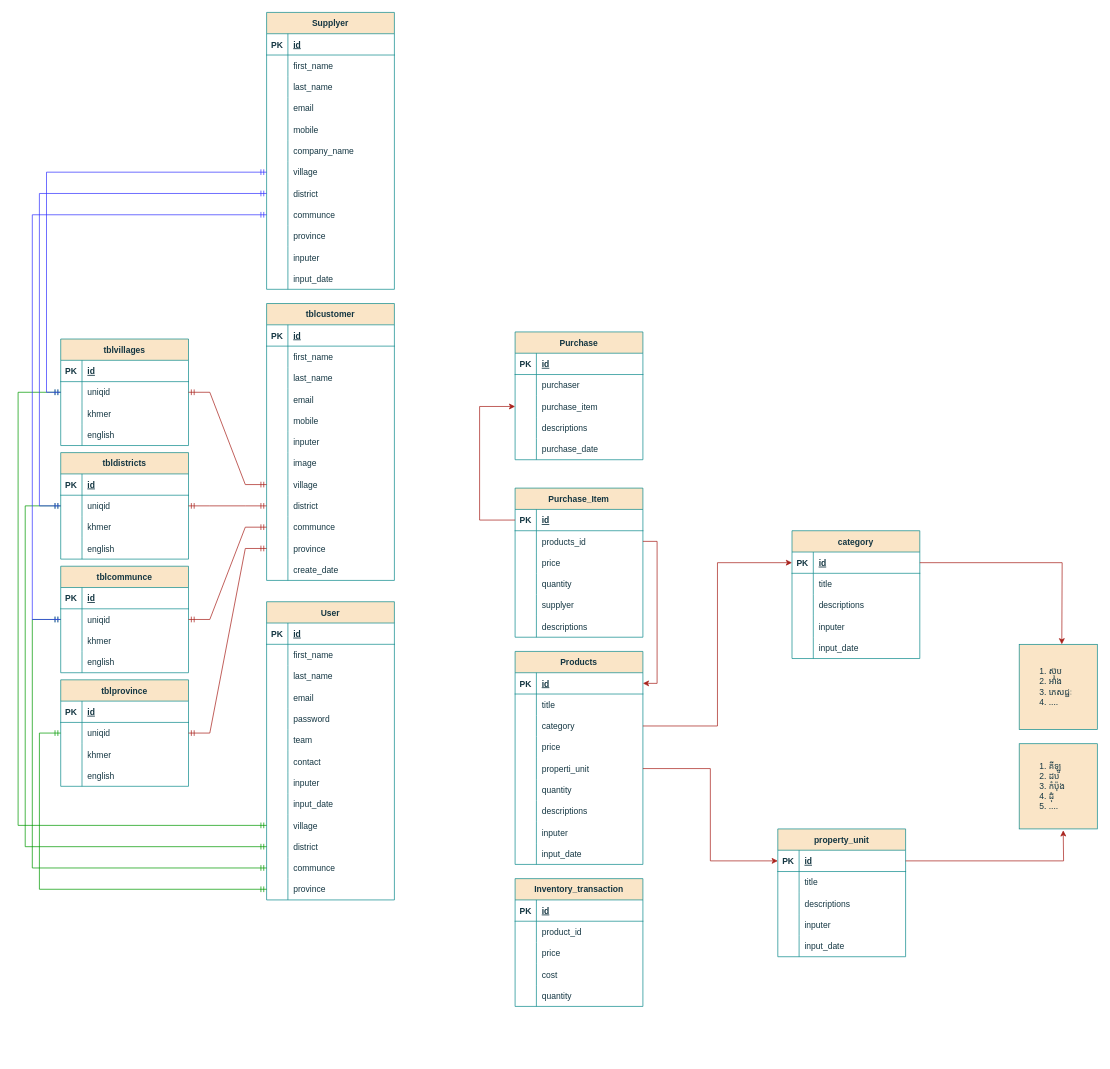
Above: restaurants_online.drawio in Vechet-khem/restaurants_online (draw.io), before the change. Source tidied: cells renumbered, new cells numbered last; positions are measured from the earlier drawing's top-left corner, leaving out a move shared by most shapes. Both pictures are drawn from the tidied source at 71%, with x=0, y=0 at pixel (18, 12).
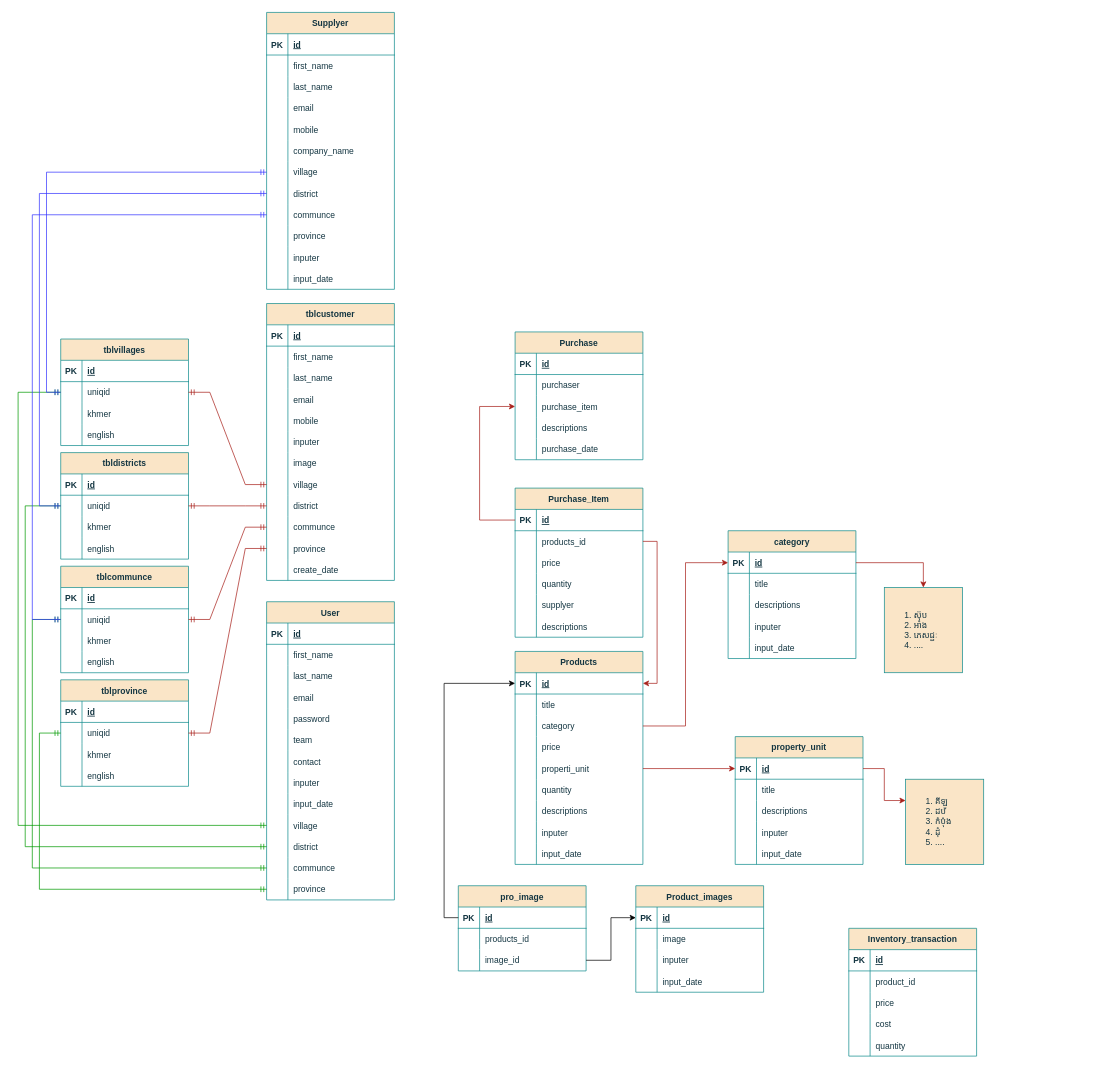
The same diagram, later.

The change refers to these unchanged cells:
```xml
<mxCell id="3" style="shape=tableRow;horizontal=0;startSize=0;swimlaneHead=0;swimlaneBody=0;fillColor=none;points=[[0,0.5],[1,0.5]];portConstraint=eastwest;top=0;left=0;right=0;bottom=1;labelBackgroundColor=none;strokeColor=#0F8B8D;fontColor=#143642;" parent="2" vertex="1">
  <mxGeometry y="30" width="180" height="30" as="geometry" />
</mxCell>
<mxCell id="31" style="shape=tableRow;horizontal=0;startSize=0;swimlaneHead=0;swimlaneBody=0;fillColor=none;points=[[0,0.5],[1,0.5]];portConstraint=eastwest;top=0;left=0;right=0;bottom=1;labelBackgroundColor=none;strokeColor=#0F8B8D;fontColor=#143642;" parent="30" vertex="1">
  <mxGeometry y="30" width="180" height="30" as="geometry" />
</mxCell>
<mxCell id="49" style="shape=tableRow;horizontal=0;startSize=0;swimlaneHead=0;swimlaneBody=0;fillColor=none;points=[[0,0.5],[1,0.5]];portConstraint=eastwest;top=0;left=0;right=0;bottom=1;labelBackgroundColor=none;strokeColor=#0F8B8D;fontColor=#143642;" parent="48" vertex="1">
  <mxGeometry y="30" width="180" height="30" as="geometry" />
</mxCell>
```

What changed in the source:
```diff
@@
     <mxCell id="30" value="category" style="shape=table;startSize=30;childLayout=tableLayout;rowLines=0;fontStyle=1;align=center;labelBackgroundColor=none;fillColor=#FAE5C7;strokeColor=#0F8B8D;fontColor=#143642;" parent="1" vertex="1">
-      <mxGeometry x="1090" y="730" width="180" height="180" as="geometry" />
+      <mxGeometry x="1000" y="730" width="180" height="180" as="geometry" />
     </mxCell>
@@
     <mxCell id="47" value="&lt;ol&gt;&lt;li&gt;ស៊ុប&lt;/li&gt;&lt;li&gt;អាំង&lt;/li&gt;&lt;li&gt;ភេសជ្ជៈ&lt;/li&gt;&lt;li&gt;....&lt;/li&gt;&lt;/ol&gt;" style="rounded=0;whiteSpace=wrap;html=1;align=left;labelBackgroundColor=none;fillColor=#FAE5C7;strokeColor=#0F8B8D;fontColor=#143642;" parent="1" vertex="1">
-      <mxGeometry x="1410" y="890" width="110" height="120" as="geometry" />
+      <mxGeometry x="1220" y="810" width="110" height="120" as="geometry" />
     </mxCell>
     <mxCell id="48" value="property_unit" style="shape=table;startSize=30;childLayout=tableLayout;rowLines=0;fontStyle=1;align=center;labelBackgroundColor=none;fillColor=#FAE5C7;strokeColor=#0F8B8D;fontColor=#143642;" parent="1" vertex="1">
-      <mxGeometry x="1070" y="1150" width="180" height="180" as="geometry" />
+      <mxGeometry x="1010" y="1020" width="180" height="180" as="geometry" />
     </mxCell>
@@
     <mxCell id="65" value="&lt;ol&gt;&lt;li&gt;គីឡូ&lt;/li&gt;&lt;li&gt;ដប&lt;/li&gt;&lt;li&gt;កំប៉ុង&lt;/li&gt;&lt;li&gt;ដុំ&lt;/li&gt;&lt;li&gt;....&lt;/li&gt;&lt;/ol&gt;" style="rounded=0;whiteSpace=wrap;html=1;align=left;labelBackgroundColor=none;fillColor=#FAE5C7;strokeColor=#0F8B8D;fontColor=#143642;" parent="1" vertex="1">
-      <mxGeometry x="1410" y="1030" width="110" height="120" as="geometry" />
+      <mxGeometry x="1250" y="1080" width="110" height="120" as="geometry" />
     </mxCell>
-    <mxCell id="66" style="edgeStyle=orthogonalEdgeStyle;rounded=0;jettySize=auto;html=1;exitX=1;exitY=0.5;exitDx=0;exitDy=0;entryX=0.018;entryY=0.183;entryDx=0;entryDy=0;entryPerimeter=0;labelBackgroundColor=none;strokeColor=#A8201A;fontColor=default;" parent="1" edge="1" source="49">
-      <mxGeometry relative="1" as="geometry">
-        <mxPoint x="1472" y="1152" as="targetPoint" />
-      </mxGeometry>
+    <mxCell id="66" style="edgeStyle=orthogonalEdgeStyle;rounded=0;jettySize=auto;html=1;exitX=1;exitY=0.5;exitDx=0;exitDy=0;entryX=0;entryY=0.25;entryDx=0;entryDy=0;labelBackgroundColor=none;strokeColor=#A8201A;fontColor=default;" parent="1" edge="1" source="49" target="65">
+      <mxGeometry relative="1" as="geometry" />
     </mxCell>
-    <mxCell id="67" style="edgeStyle=orthogonalEdgeStyle;rounded=0;jettySize=auto;html=1;exitX=1;exitY=0.5;exitDx=0;exitDy=0;entryX=0;entryY=0.25;entryDx=0;entryDy=0;labelBackgroundColor=none;strokeColor=#A8201A;fontColor=default;" parent="1" edge="1" source="31">
-      <mxGeometry relative="1" as="geometry">
-        <mxPoint x="1470" y="890" as="targetPoint" />
-      </mxGeometry>
+    <mxCell id="67" style="edgeStyle=orthogonalEdgeStyle;rounded=0;jettySize=auto;html=1;exitX=1;exitY=0.5;exitDx=0;exitDy=0;entryX=0.5;entryY=0;entryDx=0;entryDy=0;labelBackgroundColor=none;strokeColor=#A8201A;fontColor=default;" parent="1" edge="1" source="31" target="47">
+      <mxGeometry relative="1" as="geometry" />
     </mxCell>
@@
     <mxCell id="282" value="Inventory_transaction" style="shape=table;startSize=30;childLayout=tableLayout;rowLines=0;fontStyle=1;align=center;labelBackgroundColor=none;fillColor=#FAE5C7;strokeColor=#0F8B8D;fontColor=#143642;" parent="1" vertex="1">
-      <mxGeometry x="700" y="1220" width="180" height="180" as="geometry" />
+      <mxGeometry x="1170" y="1290" width="180" height="180" as="geometry" />
     </mxCell>
@@
+    <mxCell id="298" value="Product_images" style="shape=table;startSize=30;childLayout=tableLayout;rowLines=0;fontStyle=1;align=center;labelBackgroundColor=none;fillColor=#FAE5C7;strokeColor=#0F8B8D;fontColor=#143642;" parent="1" vertex="1">
+      <mxGeometry x="870" y="1230" width="180" height="150" as="geometry" />
+    </mxCell>
+    <mxCell id="299" style="shape=tableRow;horizontal=0;startSize=0;swimlaneHead=0;swimlaneBody=0;fillColor=none;points=[[0,0.5],[1,0.5]];portConstraint=eastwest;top=0;left=0;right=0;bottom=1;labelBackgroundColor=none;strokeColor=#0F8B8D;fontColor=#143642;" parent="298" vertex="1">
+      <mxGeometry y="30" width="180" height="30" as="geometry" />
+    </mxCell>
+    <mxCell id="300" value="PK" style="shape=partialRectangle;fillColor=none;top=0;left=0;bottom=0;right=0;fontStyle=1;overflow=hidden;labelBackgroundColor=none;strokeColor=#0F8B8D;fontColor=#143642;" parent="299" vertex="1">
+      <mxGeometry width="30" height="30" as="geometry" />
+    </mxCell>
+    <mxCell id="301" value="id" style="shape=partialRectangle;fillColor=none;top=0;left=0;bottom=0;right=0;align=left;spacingLeft=6;fontStyle=5;overflow=hidden;labelBackgroundColor=none;strokeColor=#0F8B8D;fontColor=#143642;" parent="299" vertex="1">
+      <mxGeometry x="30" width="150" height="30" as="geometry" />
+    </mxCell>
+    <mxCell id="302" style="shape=tableRow;horizontal=0;startSize=0;swimlaneHead=0;swimlaneBody=0;fillColor=none;top=0;left=0;right=0;bottom=0;labelBackgroundColor=none;strokeColor=#0F8B8D;fontColor=#143642;" parent="298" vertex="1">
+      <mxGeometry y="60" width="180" height="30" as="geometry" />
+    </mxCell>
+    <mxCell id="303" style="shape=partialRectangle;fillColor=none;top=0;left=0;bottom=0;right=0;overflow=hidden;labelBackgroundColor=none;strokeColor=#0F8B8D;fontColor=#143642;" parent="302" vertex="1">
+      <mxGeometry width="30" height="30" as="geometry" />
+    </mxCell>
+    <mxCell id="304" value="image" style="shape=partialRectangle;fillColor=none;top=0;left=0;bottom=0;right=0;align=left;spacingLeft=6;overflow=hidden;labelBackgroundColor=none;strokeColor=#0F8B8D;fontColor=#143642;" parent="302" vertex="1">
+      <mxGeometry x="30" width="150" height="30" as="geometry" />
+    </mxCell>
+    <mxCell id="305" style="shape=tableRow;horizontal=0;startSize=0;swimlaneHead=0;swimlaneBody=0;fillColor=none;top=0;left=0;right=0;bottom=0;labelBackgroundColor=none;strokeColor=#0F8B8D;fontColor=#143642;" parent="298" vertex="1">
+      <mxGeometry y="90" width="180" height="30" as="geometry" />
+    </mxCell>
+    <mxCell id="306" style="shape=partialRectangle;fillColor=none;top=0;left=0;bottom=0;right=0;overflow=hidden;labelBackgroundColor=none;strokeColor=#0F8B8D;fontColor=#143642;" parent="305" vertex="1">
+      <mxGeometry width="30" height="30" as="geometry" />
+    </mxCell>
+    <mxCell id="307" value="inputer" style="shape=partialRectangle;fillColor=none;top=0;left=0;bottom=0;right=0;align=left;spacingLeft=6;overflow=hidden;labelBackgroundColor=none;strokeColor=#0F8B8D;fontColor=#143642;" parent="305" vertex="1">
+      <mxGeometry x="30" width="150" height="30" as="geometry" />
+    </mxCell>
+    <mxCell id="308" style="shape=tableRow;horizontal=0;startSize=0;swimlaneHead=0;swimlaneBody=0;fillColor=none;top=0;left=0;right=0;bottom=0;labelBackgroundColor=none;strokeColor=#0F8B8D;fontColor=#143642;" parent="298" vertex="1">
+      <mxGeometry y="120" width="180" height="30" as="geometry" />
+    </mxCell>
+    <mxCell id="309" style="shape=partialRectangle;fillColor=none;top=0;left=0;bottom=0;right=0;overflow=hidden;labelBackgroundColor=none;strokeColor=#0F8B8D;fontColor=#143642;" parent="308" vertex="1">
+      <mxGeometry width="30" height="30" as="geometry" />
+    </mxCell>
+    <mxCell id="310" value="input_date" style="shape=partialRectangle;fillColor=none;top=0;left=0;bottom=0;right=0;align=left;spacingLeft=6;overflow=hidden;labelBackgroundColor=none;strokeColor=#0F8B8D;fontColor=#143642;" parent="308" vertex="1">
+      <mxGeometry x="30" width="150" height="30" as="geometry" />
+    </mxCell>
+    <mxCell id="311" value="pro_image" style="shape=table;startSize=30;childLayout=tableLayout;rowLines=0;fontStyle=1;align=center;labelBackgroundColor=none;fillColor=#FAE5C7;strokeColor=#0F8B8D;fontColor=#143642;" parent="1" vertex="1">
+      <mxGeometry x="620" y="1230" width="180" height="120" as="geometry" />
+    </mxCell>
+    <mxCell id="312" style="shape=tableRow;horizontal=0;startSize=0;swimlaneHead=0;swimlaneBody=0;fillColor=none;points=[[0,0.5],[1,0.5]];portConstraint=eastwest;top=0;left=0;right=0;bottom=1;labelBackgroundColor=none;strokeColor=#0F8B8D;fontColor=#143642;" parent="311" vertex="1">
+      <mxGeometry y="30" width="180" height="30" as="geometry" />
+    </mxCell>
+    <mxCell id="313" value="PK" style="shape=partialRectangle;fillColor=none;top=0;left=0;bottom=0;right=0;fontStyle=1;overflow=hidden;labelBackgroundColor=none;strokeColor=#0F8B8D;fontColor=#143642;" parent="312" vertex="1">
+      <mxGeometry width="30" height="30" as="geometry" />
+    </mxCell>
+    <mxCell id="314" value="id" style="shape=partialRectangle;fillColor=none;top=0;left=0;bottom=0;right=0;align=left;spacingLeft=6;fontStyle=5;overflow=hidden;labelBackgroundColor=none;strokeColor=#0F8B8D;fontColor=#143642;" parent="312" vertex="1">
+      <mxGeometry x="30" width="150" height="30" as="geometry" />
+    </mxCell>
+    <mxCell id="315" style="shape=tableRow;horizontal=0;startSize=0;swimlaneHead=0;swimlaneBody=0;fillColor=none;top=0;left=0;right=0;bottom=0;labelBackgroundColor=none;strokeColor=#0F8B8D;fontColor=#143642;" parent="311" vertex="1">
+      <mxGeometry y="60" width="180" height="30" as="geometry" />
+    </mxCell>
+    <mxCell id="316" style="shape=partialRectangle;fillColor=none;top=0;left=0;bottom=0;right=0;overflow=hidden;labelBackgroundColor=none;strokeColor=#0F8B8D;fontColor=#143642;" parent="315" vertex="1">
+      <mxGeometry width="30" height="30" as="geometry" />
+    </mxCell>
+    <mxCell id="317" value="products_id" style="shape=partialRectangle;fillColor=none;top=0;left=0;bottom=0;right=0;align=left;spacingLeft=6;overflow=hidden;labelBackgroundColor=none;strokeColor=#0F8B8D;fontColor=#143642;" parent="315" vertex="1">
+      <mxGeometry x="30" width="150" height="30" as="geometry" />
+    </mxCell>
+    <mxCell id="318" style="shape=tableRow;horizontal=0;startSize=0;swimlaneHead=0;swimlaneBody=0;fillColor=none;points=[[0,0.5],[1,0.5]];portConstraint=eastwest;top=0;left=0;right=0;bottom=0;labelBackgroundColor=none;strokeColor=#0F8B8D;fontColor=#143642;" parent="311" vertex="1">
+      <mxGeometry y="90" width="180" height="30" as="geometry" />
+    </mxCell>
+    <mxCell id="319" style="shape=partialRectangle;fillColor=none;top=0;left=0;bottom=0;right=0;overflow=hidden;labelBackgroundColor=none;strokeColor=#0F8B8D;fontColor=#143642;" parent="318" vertex="1">
+      <mxGeometry width="30" height="30" as="geometry" />
+    </mxCell>
+    <mxCell id="320" value="image_id" style="shape=partialRectangle;fillColor=none;top=0;left=0;bottom=0;right=0;align=left;spacingLeft=6;overflow=hidden;labelBackgroundColor=none;strokeColor=#0F8B8D;fontColor=#143642;" parent="318" vertex="1">
+      <mxGeometry x="30" width="150" height="30" as="geometry" />
+    </mxCell>
+    <mxCell id="321" style="edgeStyle=orthogonalEdgeStyle;rounded=0;jettySize=auto;html=1;exitX=1;exitY=0.5;exitDx=0;exitDy=0;entryX=0;entryY=0.5;entryDx=0;entryDy=0;" parent="1" edge="1" source="318" target="299">
+      <mxGeometry relative="1" as="geometry" />
+    </mxCell>
+    <mxCell id="322" style="edgeStyle=orthogonalEdgeStyle;rounded=0;jettySize=auto;html=1;entryX=0;entryY=0.5;entryDx=0;entryDy=0;exitX=0;exitY=0.5;exitDx=0;exitDy=0;" parent="1" edge="1" source="312" target="3">
+      <mxGeometry relative="1" as="geometry" />
+    </mxCell>
```
